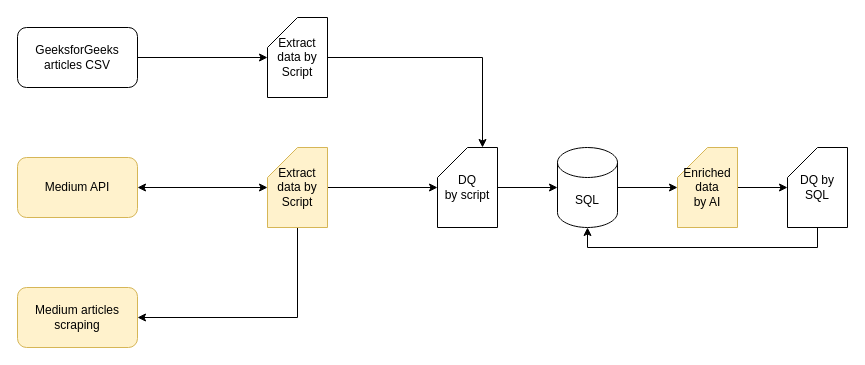
The draw.io diagram data_man/project/docs/architecture.drawio in gevola-dev/FDS02Q001, before the edit. Source tidied: cells renumbered, new cells numbered last; positions are measured from the earlier drawing's top-left corner, leaving out a move shared by most shapes. Both pictures are drawn from the tidied source at 100%, with x=0, y=0 at pixel (17, 17).
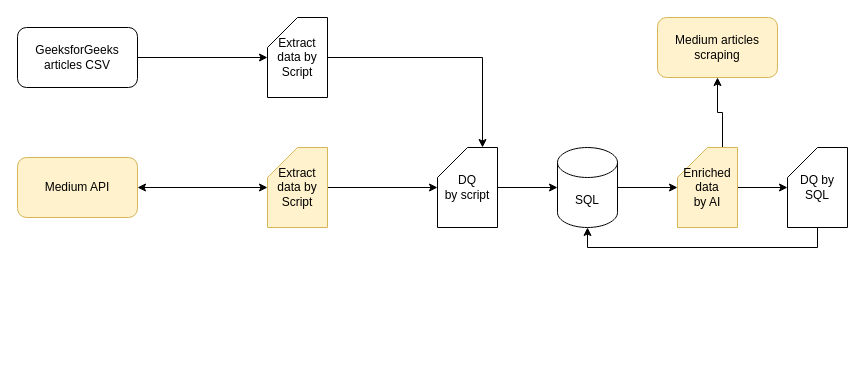
Above is the later version.

Diff of the diagram source:
```diff
@@
 <mxGraphModel>
   <root>
     <mxCell id="0" />
     <mxCell id="1" parent="0" />
     <mxCell id="2" style="edgeStyle=orthogonalEdgeStyle;rounded=0;jettySize=auto;html=1;" parent="1" edge="1" source="3" target="19">
       <mxGeometry relative="1" as="geometry" />
     </mxCell>
     <mxCell id="3" value="GeeksforGeeks&lt;br&gt;articles CSV" style="rounded=1;whiteSpace=wrap;html=1;" parent="1" vertex="1">
       <mxGeometry y="10" width="120" height="60" as="geometry" />
     </mxCell>
     <mxCell id="4" value="Medium API" style="rounded=1;whiteSpace=wrap;html=1;fillColor=#fff2cc;strokeColor=#d6b656;" parent="1" vertex="1">
       <mxGeometry y="140" width="120" height="60" as="geometry" />
     </mxCell>
     <mxCell id="5" value="Medium articles scraping" style="rounded=1;whiteSpace=wrap;html=1;fillColor=#fff2cc;strokeColor=#d6b656;" parent="1" vertex="1">
-      <mxGeometry y="270" width="120" height="60" as="geometry" />
+      <mxGeometry x="640" width="120" height="60" as="geometry" />
     </mxCell>
     <mxCell id="6" style="edgeStyle=orthogonalEdgeStyle;rounded=0;jettySize=auto;html=1;entryX=1;entryY=0.5;entryDx=0;entryDy=0;startArrow=classic;startFill=1;" parent="1" edge="1" source="9" target="4">
       <mxGeometry relative="1" as="geometry" />
     </mxCell>
-    <mxCell id="7" style="edgeStyle=orthogonalEdgeStyle;rounded=0;jettySize=auto;html=1;exitX=0.5;exitY=1;exitDx=0;exitDy=0;exitPerimeter=0;entryX=1;entryY=0.5;entryDx=0;entryDy=0;" parent="1" edge="1" source="9" target="5">
-      <mxGeometry relative="1" as="geometry" />
-    </mxCell>
     <mxCell id="8" style="edgeStyle=orthogonalEdgeStyle;rounded=0;jettySize=auto;html=1;exitX=1;exitY=0.5;exitDx=0;exitDy=0;exitPerimeter=0;" parent="1" edge="1" source="9" target="13">
       <mxGeometry relative="1" as="geometry" />
     </mxCell>
     <mxCell id="9" value="Extract data by&lt;br&gt;Script" style="shape=card;whiteSpace=wrap;html=1;fillColor=#fff2cc;strokeColor=#d6b656;" parent="1" vertex="1">
       <mxGeometry x="250" y="130" width="60" height="80" as="geometry" />
     </mxCell>
     <mxCell id="10" style="edgeStyle=orthogonalEdgeStyle;rounded=0;jettySize=auto;html=1;exitX=1;exitY=0.5;exitDx=0;exitDy=0;exitPerimeter=0;" parent="1" edge="1" source="11" target="17">
       <mxGeometry relative="1" as="geometry" />
     </mxCell>
     <mxCell id="11" value="SQL" style="shape=cylinder3;whiteSpace=wrap;html=1;boundedLbl=1;backgroundOutline=1;size=15;" parent="1" vertex="1">
       <mxGeometry x="540" y="130" width="60" height="80" as="geometry" />
     </mxCell>
     <mxCell id="12" style="edgeStyle=orthogonalEdgeStyle;rounded=0;jettySize=auto;html=1;exitX=1;exitY=0.5;exitDx=0;exitDy=0;exitPerimeter=0;" parent="1" edge="1" source="13" target="11">
       <mxGeometry relative="1" as="geometry" />
     </mxCell>
     <mxCell id="13" value="DQ &lt;br&gt;by script" style="shape=card;whiteSpace=wrap;html=1;" parent="1" vertex="1">
       <mxGeometry x="420" y="130" width="60" height="80" as="geometry" />
     </mxCell>
     <mxCell id="14" style="edgeStyle=orthogonalEdgeStyle;rounded=0;jettySize=auto;html=1;exitX=0.5;exitY=1;exitDx=0;exitDy=0;exitPerimeter=0;entryX=0.5;entryY=1;entryDx=0;entryDy=0;entryPerimeter=0;" parent="1" edge="1" source="15" target="11">
       <mxGeometry relative="1" as="geometry" />
     </mxCell>
     <mxCell id="15" value="DQ by SQL" style="shape=card;whiteSpace=wrap;html=1;" parent="1" vertex="1">
       <mxGeometry x="770" y="130" width="60" height="80" as="geometry" />
     </mxCell>
     <mxCell id="16" style="edgeStyle=orthogonalEdgeStyle;rounded=0;jettySize=auto;html=1;exitX=1;exitY=0.5;exitDx=0;exitDy=0;exitPerimeter=0;" parent="1" edge="1" source="17" target="15">
       <mxGeometry relative="1" as="geometry" />
     </mxCell>
+    <mxCell id="20" style="edgeStyle=orthogonalEdgeStyle;rounded=0;jettySize=auto;html=1;exitX=0;exitY=0;exitDx=45;exitDy=0;exitPerimeter=0;" parent="1" edge="1" source="17" target="5">
+      <mxGeometry relative="1" as="geometry" />
+    </mxCell>
     <mxCell id="17" value="Enriched data &lt;br&gt;by AI" style="shape=card;whiteSpace=wrap;html=1;fillColor=#fff2cc;strokeColor=#d6b656;" parent="1" vertex="1">
       <mxGeometry x="660" y="130" width="60" height="80" as="geometry" />
     </mxCell>
     <mxCell id="18" style="edgeStyle=orthogonalEdgeStyle;rounded=0;jettySize=auto;html=1;exitX=1;exitY=0.5;exitDx=0;exitDy=0;exitPerimeter=0;entryX=0;entryY=0;entryDx=45;entryDy=0;entryPerimeter=0;" parent="1" edge="1" source="19" target="13">
       <mxGeometry relative="1" as="geometry" />
     </mxCell>
     <mxCell id="19" value="Extract data by&lt;br&gt;Script" style="shape=card;whiteSpace=wrap;html=1;" parent="1" vertex="1">
       <mxGeometry x="250" width="60" height="80" as="geometry" />
     </mxCell>
   </root>
 </mxGraphModel>
```
